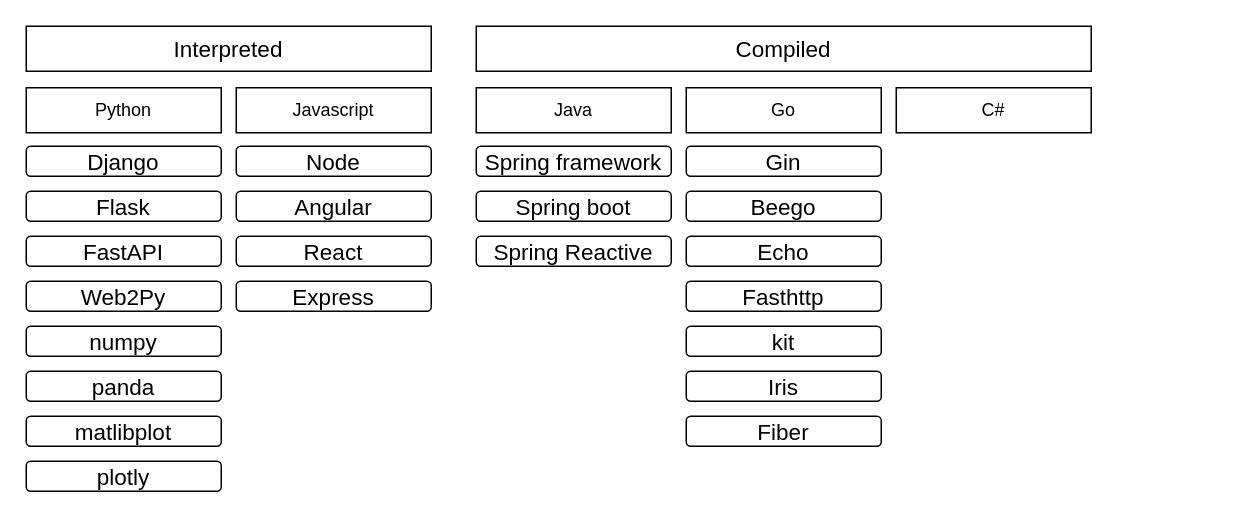
Earlier version of the draw.io diagram programming Languages.drawio (blitznihar/draws). Source tidied: cells renumbered, new cells numbered last; positions are measured from the earlier drawing's top-left corner, leaving out a move shared by most shapes. Both pictures are drawn from the tidied source at 150%, with x=0, y=0 at pixel (26, 26).
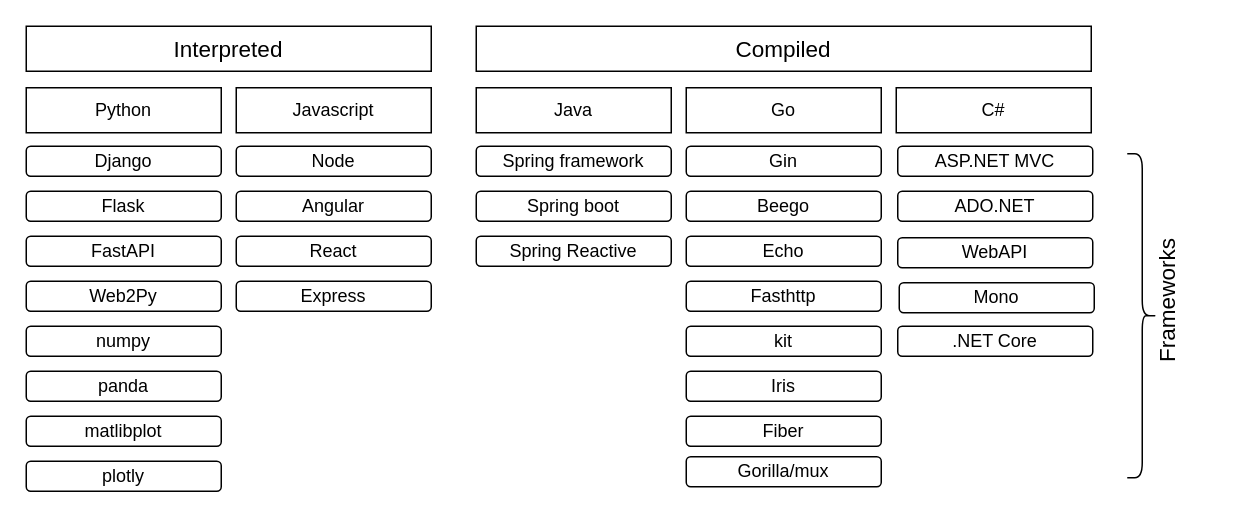
After the change.

The edit, as a diff of the source:
```diff
@@
-    <mxCell id="9" value="Node" style="rounded=1;whiteSpace=wrap;html=1;fontFamily=Helvetica;fontSize=15;" parent="1" vertex="1">
+    <mxCell id="9" value="Node" style="rounded=1;whiteSpace=wrap;html=1;fontFamily=Helvetica;fontSize=12;" parent="1" vertex="1">
       <mxGeometry x="140" y="80" width="130" height="20" as="geometry" />
     </mxCell>
-    <mxCell id="10" value="Angular" style="rounded=1;whiteSpace=wrap;html=1;fontFamily=Helvetica;fontSize=15;" parent="1" vertex="1">
+    <mxCell id="10" value="Angular" style="rounded=1;whiteSpace=wrap;html=1;fontFamily=Helvetica;fontSize=12;" parent="1" vertex="1">
       <mxGeometry x="140" y="110" width="130" height="20" as="geometry" />
     </mxCell>
-    <mxCell id="11" value="React" style="rounded=1;whiteSpace=wrap;html=1;fontFamily=Helvetica;fontSize=15;" parent="1" vertex="1">
+    <mxCell id="11" value="React" style="rounded=1;whiteSpace=wrap;html=1;fontFamily=Helvetica;fontSize=12;" parent="1" vertex="1">
       <mxGeometry x="140" y="140" width="130" height="20" as="geometry" />
     </mxCell>
-    <mxCell id="12" value="Django" style="rounded=1;whiteSpace=wrap;html=1;fontFamily=Helvetica;fontSize=15;" parent="1" vertex="1">
+    <mxCell id="12" value="Django" style="rounded=1;whiteSpace=wrap;html=1;fontFamily=Helvetica;fontSize=12;" parent="1" vertex="1">
       <mxGeometry y="80" width="130" height="20" as="geometry" />
     </mxCell>
-    <mxCell id="13" value="Flask" style="rounded=1;whiteSpace=wrap;html=1;fontFamily=Helvetica;fontSize=15;" parent="1" vertex="1">
+    <mxCell id="13" value="Flask" style="rounded=1;whiteSpace=wrap;html=1;fontFamily=Helvetica;fontSize=12;" parent="1" vertex="1">
       <mxGeometry y="110" width="130" height="20" as="geometry" />
     </mxCell>
-    <mxCell id="14" value="FastAPI" style="rounded=1;whiteSpace=wrap;html=1;fontFamily=Helvetica;fontSize=15;" parent="1" vertex="1">
+    <mxCell id="14" value="FastAPI" style="rounded=1;whiteSpace=wrap;html=1;fontFamily=Helvetica;fontSize=12;" parent="1" vertex="1">
       <mxGeometry y="140" width="130" height="20" as="geometry" />
     </mxCell>
-    <mxCell id="15" value="Spring framework" style="rounded=1;whiteSpace=wrap;html=1;fontFamily=Helvetica;fontSize=15;" parent="1" vertex="1">
+    <mxCell id="15" value="Spring framework" style="rounded=1;whiteSpace=wrap;html=1;fontFamily=Helvetica;fontSize=12;" parent="1" vertex="1">
       <mxGeometry x="300" y="80" width="130" height="20" as="geometry" />
     </mxCell>
-    <mxCell id="16" value="Spring boot" style="rounded=1;whiteSpace=wrap;html=1;fontFamily=Helvetica;fontSize=15;" parent="1" vertex="1">
+    <mxCell id="16" value="Spring boot" style="rounded=1;whiteSpace=wrap;html=1;fontFamily=Helvetica;fontSize=12;" parent="1" vertex="1">
       <mxGeometry x="300" y="110" width="130" height="20" as="geometry" />
     </mxCell>
-    <mxCell id="17" value="Spring Reactive" style="rounded=1;whiteSpace=wrap;html=1;fontFamily=Helvetica;fontSize=15;" parent="1" vertex="1">
+    <mxCell id="17" value="Spring Reactive" style="rounded=1;whiteSpace=wrap;html=1;fontFamily=Helvetica;fontSize=12;" parent="1" vertex="1">
       <mxGeometry x="300" y="140" width="130" height="20" as="geometry" />
     </mxCell>
-    <mxCell id="18" value="Gin" style="rounded=1;whiteSpace=wrap;html=1;fontFamily=Helvetica;fontSize=15;" parent="1" vertex="1">
+    <mxCell id="18" value="Gin" style="rounded=1;whiteSpace=wrap;html=1;fontFamily=Helvetica;fontSize=12;" parent="1" vertex="1">
       <mxGeometry x="440" y="80" width="130" height="20" as="geometry" />
     </mxCell>
-    <mxCell id="19" value="Beego" style="rounded=1;whiteSpace=wrap;html=1;fontFamily=Helvetica;fontSize=15;" parent="1" vertex="1">
+    <mxCell id="19" value="Beego" style="rounded=1;whiteSpace=wrap;html=1;fontFamily=Helvetica;fontSize=12;" parent="1" vertex="1">
       <mxGeometry x="440" y="110" width="130" height="20" as="geometry" />
     </mxCell>
-    <mxCell id="20" value="Echo" style="rounded=1;whiteSpace=wrap;html=1;fontFamily=Helvetica;fontSize=15;" parent="1" vertex="1">
+    <mxCell id="20" value="Echo" style="rounded=1;whiteSpace=wrap;html=1;fontFamily=Helvetica;fontSize=12;" parent="1" vertex="1">
       <mxGeometry x="440" y="140" width="130" height="20" as="geometry" />
     </mxCell>
-    <mxCell id="21" value="Express" style="rounded=1;whiteSpace=wrap;html=1;fontFamily=Helvetica;fontSize=15;" parent="1" vertex="1">
+    <mxCell id="21" value="Express" style="rounded=1;whiteSpace=wrap;html=1;fontFamily=Helvetica;fontSize=12;" parent="1" vertex="1">
       <mxGeometry x="140" y="170" width="130" height="20" as="geometry" />
     </mxCell>
-    <mxCell id="22" value="Fasthttp" style="rounded=1;whiteSpace=wrap;html=1;fontFamily=Helvetica;fontSize=15;" parent="1" vertex="1">
+    <mxCell id="22" value="Fasthttp" style="rounded=1;whiteSpace=wrap;html=1;fontFamily=Helvetica;fontSize=12;" parent="1" vertex="1">
       <mxGeometry x="440" y="170" width="130" height="20" as="geometry" />
     </mxCell>
-    <mxCell id="23" value="kit" style="rounded=1;whiteSpace=wrap;html=1;fontFamily=Helvetica;fontSize=15;" parent="1" vertex="1">
+    <mxCell id="23" value="kit" style="rounded=1;whiteSpace=wrap;html=1;fontFamily=Helvetica;fontSize=12;" parent="1" vertex="1">
       <mxGeometry x="440" y="200" width="130" height="20" as="geometry" />
     </mxCell>
-    <mxCell id="24" value="Iris" style="rounded=1;whiteSpace=wrap;html=1;fontFamily=Helvetica;fontSize=15;" parent="1" vertex="1">
+    <mxCell id="24" value="Iris" style="rounded=1;whiteSpace=wrap;html=1;fontFamily=Helvetica;fontSize=12;" parent="1" vertex="1">
       <mxGeometry x="440" y="230" width="130" height="20" as="geometry" />
     </mxCell>
-    <mxCell id="25" value="Fiber" style="rounded=1;whiteSpace=wrap;html=1;fontFamily=Helvetica;fontSize=15;" parent="1" vertex="1">
+    <mxCell id="25" value="Fiber" style="rounded=1;whiteSpace=wrap;html=1;fontFamily=Helvetica;fontSize=12;" parent="1" vertex="1">
       <mxGeometry x="440" y="260" width="130" height="20" as="geometry" />
     </mxCell>
-    <mxCell id="26" value="Web2Py" style="rounded=1;whiteSpace=wrap;html=1;fontFamily=Helvetica;fontSize=15;" parent="1" vertex="1">
+    <mxCell id="26" value="Web2Py" style="rounded=1;whiteSpace=wrap;html=1;fontFamily=Helvetica;fontSize=12;" parent="1" vertex="1">
       <mxGeometry y="170" width="130" height="20" as="geometry" />
     </mxCell>
-    <mxCell id="27" value="numpy" style="rounded=1;whiteSpace=wrap;html=1;fontFamily=Helvetica;fontSize=15;" parent="1" vertex="1">
+    <mxCell id="27" value="numpy" style="rounded=1;whiteSpace=wrap;html=1;fontFamily=Helvetica;fontSize=12;" parent="1" vertex="1">
       <mxGeometry y="200" width="130" height="20" as="geometry" />
     </mxCell>
-    <mxCell id="28" value="panda" style="rounded=1;whiteSpace=wrap;html=1;fontFamily=Helvetica;fontSize=15;" parent="1" vertex="1">
+    <mxCell id="28" value="panda" style="rounded=1;whiteSpace=wrap;html=1;fontFamily=Helvetica;fontSize=12;" parent="1" vertex="1">
       <mxGeometry y="230" width="130" height="20" as="geometry" />
     </mxCell>
-    <mxCell id="29" value="matlibplot" style="rounded=1;whiteSpace=wrap;html=1;fontFamily=Helvetica;fontSize=15;" parent="1" vertex="1">
+    <mxCell id="29" value="matlibplot" style="rounded=1;whiteSpace=wrap;html=1;fontFamily=Helvetica;fontSize=12;" parent="1" vertex="1">
       <mxGeometry y="260" width="130" height="20" as="geometry" />
     </mxCell>
-    <mxCell id="30" value="plotly" style="rounded=1;whiteSpace=wrap;html=1;fontFamily=Helvetica;fontSize=15;" parent="1" vertex="1">
+    <mxCell id="30" value="plotly" style="rounded=1;whiteSpace=wrap;html=1;fontFamily=Helvetica;fontSize=12;" parent="1" vertex="1">
       <mxGeometry y="290" width="130" height="20" as="geometry" />
     </mxCell>
+    <mxCell id="31" style="shape=curlyBracket;whiteSpace=wrap;html=1;rounded=1;flipH=1;fontFamily=Helvetica;fontSize=15;" parent="1" vertex="1">
+      <mxGeometry x="734" y="85" width="20" height="216" as="geometry" />
+    </mxCell>
+    <mxCell id="32" value="Frameworks" style="text;html=1;strokeColor=none;fillColor=none;align=center;verticalAlign=middle;whiteSpace=wrap;rounded=0;fontFamily=Helvetica;fontSize=15;horizontal=0;" parent="1" vertex="1">
+      <mxGeometry x="730" y="168" width="60" height="30" as="geometry" />
+    </mxCell>
+    <mxCell id="33" value="ASP.NET MVC" style="rounded=1;whiteSpace=wrap;html=1;fontFamily=Helvetica;fontSize=12;" parent="1" vertex="1">
+      <mxGeometry x="581" y="80" width="130" height="20" as="geometry" />
+    </mxCell>
+    <mxCell id="34" value="ADO.NET" style="rounded=1;whiteSpace=wrap;html=1;fontFamily=Helvetica;fontSize=12;" parent="1" vertex="1">
+      <mxGeometry x="581" y="110" width="130" height="20" as="geometry" />
+    </mxCell>
+    <mxCell id="35" value="WebAPI" style="rounded=1;whiteSpace=wrap;html=1;fontFamily=Helvetica;fontSize=12;" parent="1" vertex="1">
+      <mxGeometry x="581" y="141" width="130" height="20" as="geometry" />
+    </mxCell>
+    <mxCell id="36" value="Mono" style="rounded=1;whiteSpace=wrap;html=1;fontFamily=Helvetica;fontSize=12;" parent="1" vertex="1">
+      <mxGeometry x="582" y="171" width="130" height="20" as="geometry" />
+    </mxCell>
+    <mxCell id="37" value=".NET Core" style="rounded=1;whiteSpace=wrap;html=1;fontFamily=Helvetica;fontSize=12;" parent="1" vertex="1">
+      <mxGeometry x="581" y="200" width="130" height="20" as="geometry" />
+    </mxCell>
+    <mxCell id="38" value="Gorilla/mux" style="rounded=1;whiteSpace=wrap;html=1;fontFamily=Helvetica;fontSize=12;" parent="1" vertex="1">
+      <mxGeometry x="440" y="287" width="130" height="20" as="geometry" />
+    </mxCell>
```
